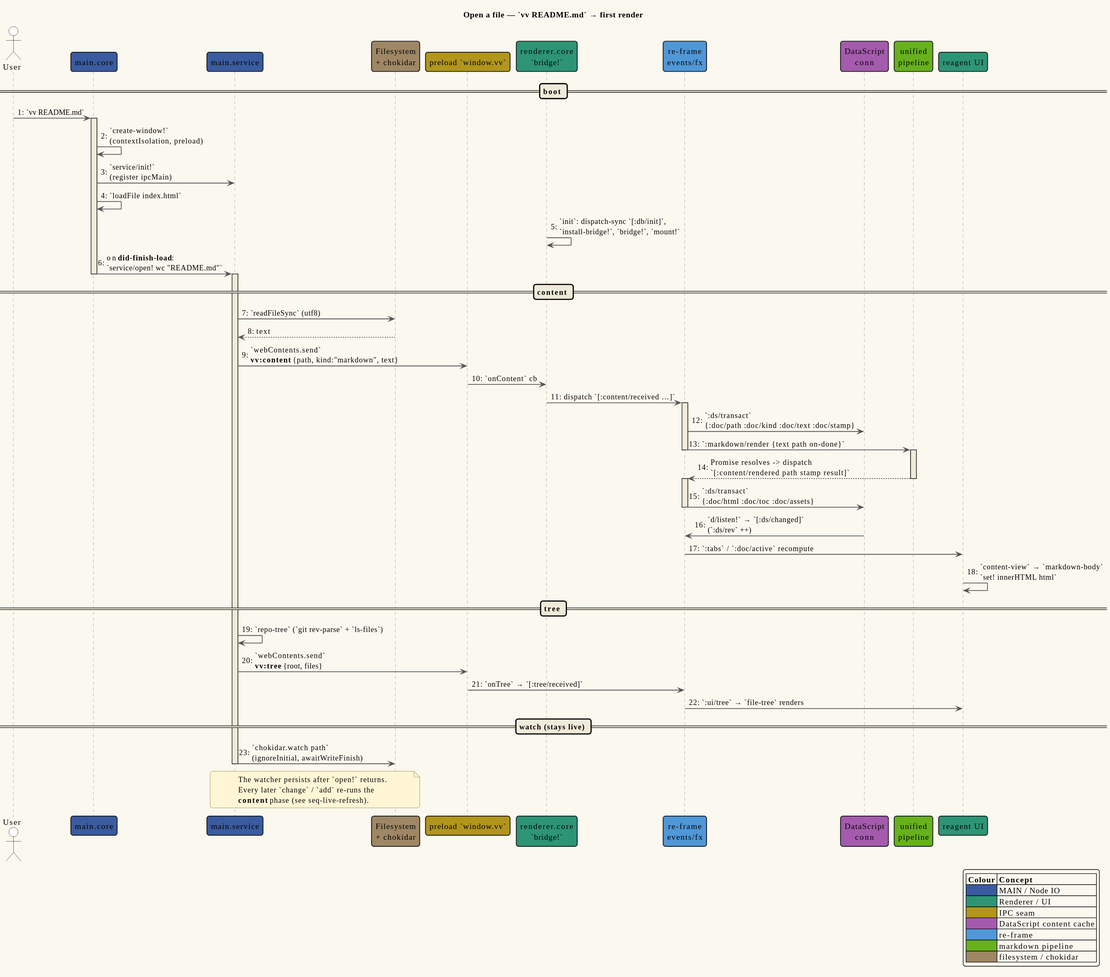
This is docs/diagrams/seq-open-file.svg from vinary-tree/vinary-viewer, a PlantUML export, as it was before one commit.
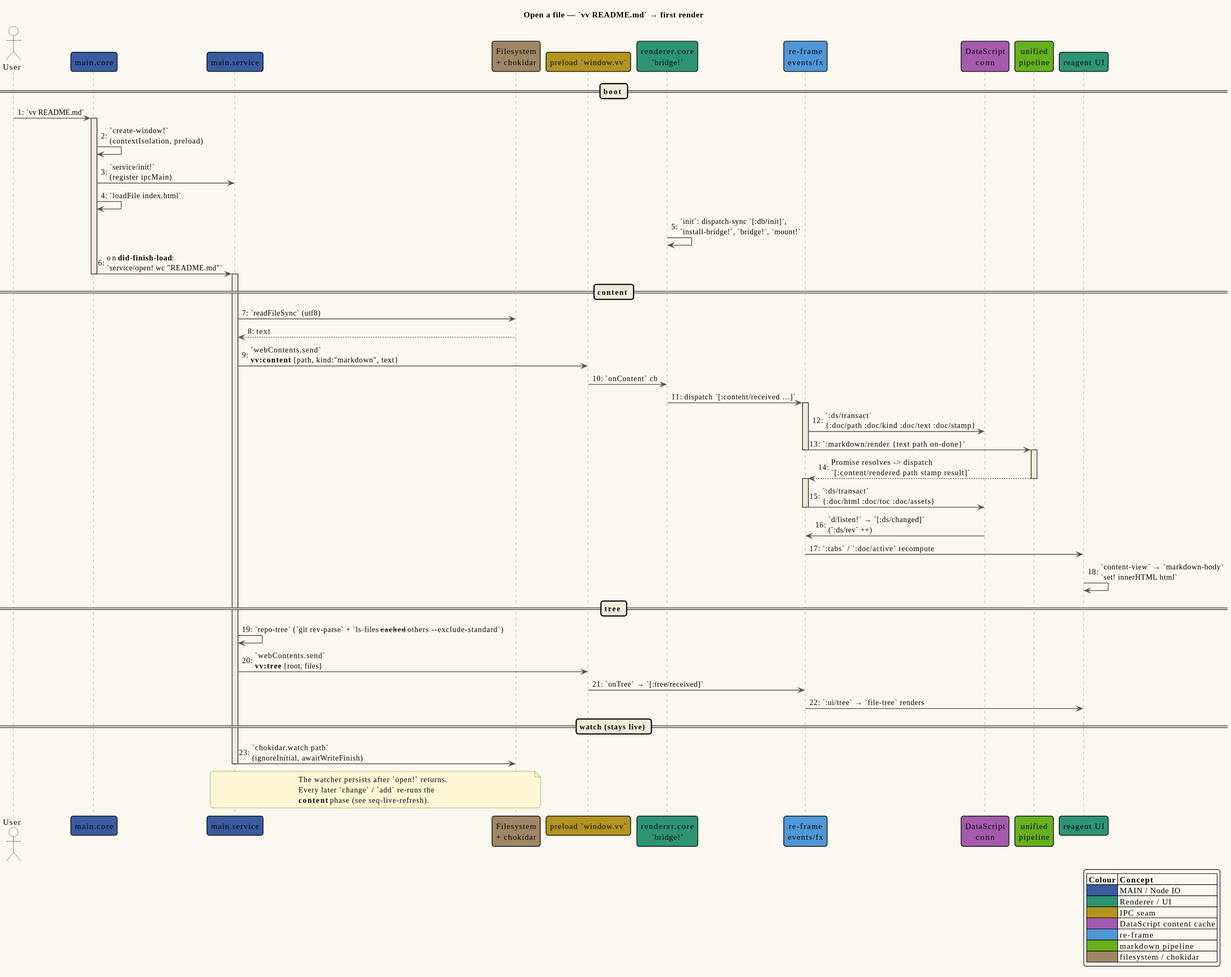
Later version of the same file.

Diff of the diagram source:
```diff
@@ -48,7 +48,7 @@
 UI -> UI : `content-view` → `markdown-body`\n`set! innerHTML html`
 
 == tree ==
-Svc -> Svc : `repo-tree` (`git rev-parse` + `ls-files`)
+Svc -> Svc : `repo-tree` (`git rev-parse` + `ls-files --cached --others --exclude-standard`)
 Svc -> Vv : `webContents.send`\n**vv:tree** {root, files}
 Vv -> RF : `onTree` → `[:tree/received]`
 RF -> UI : `:ui/tree` → `file-tree` renders
```
